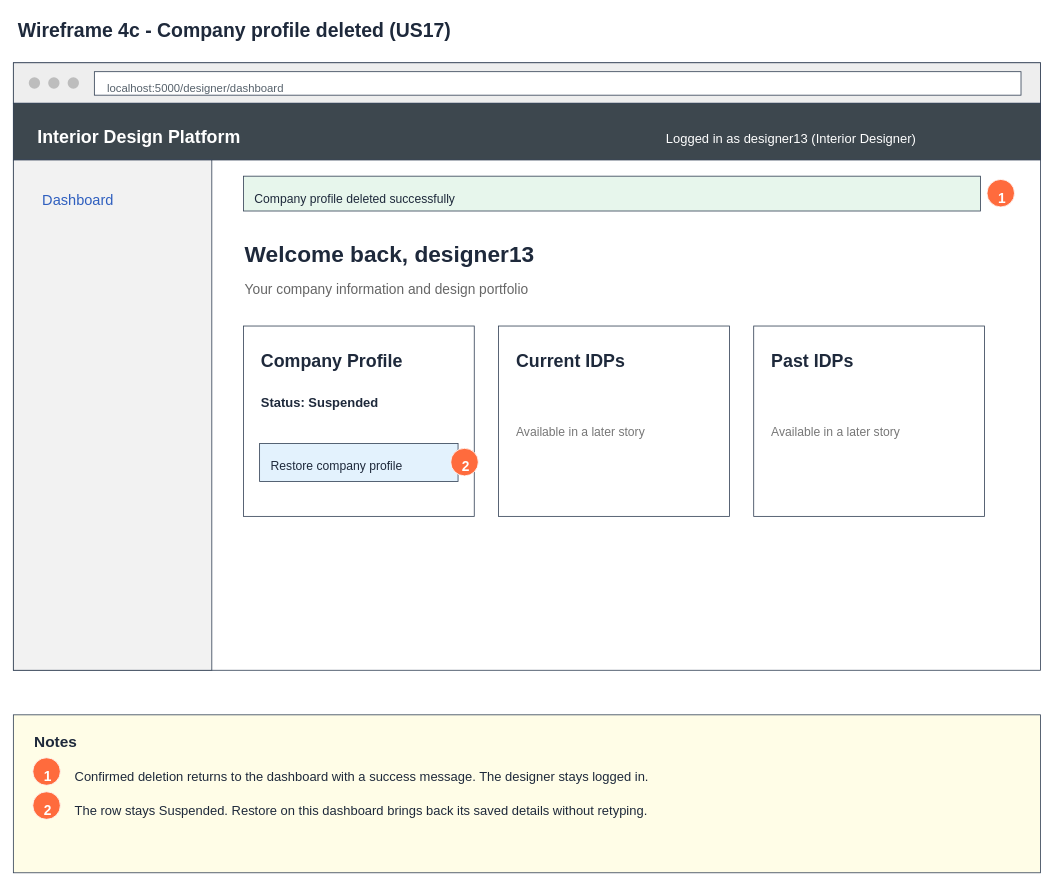
This is page "4c Wireframe - Company deleted" (4 of 11) of Sprint_2/US17 - Delete Company Profile/US17 Delete company profile.drawio from Hanzxc/CSIT314-ARCHSS, a draw.io file, before an edit. Source tidied: cells renumbered, new cells numbered last; positions are measured from the earlier drawing's top-left corner, leaving out a move shared by most shapes. Both pictures are drawn from the tidied source at 81%, with x=0, y=0 at pixel (13, 13).
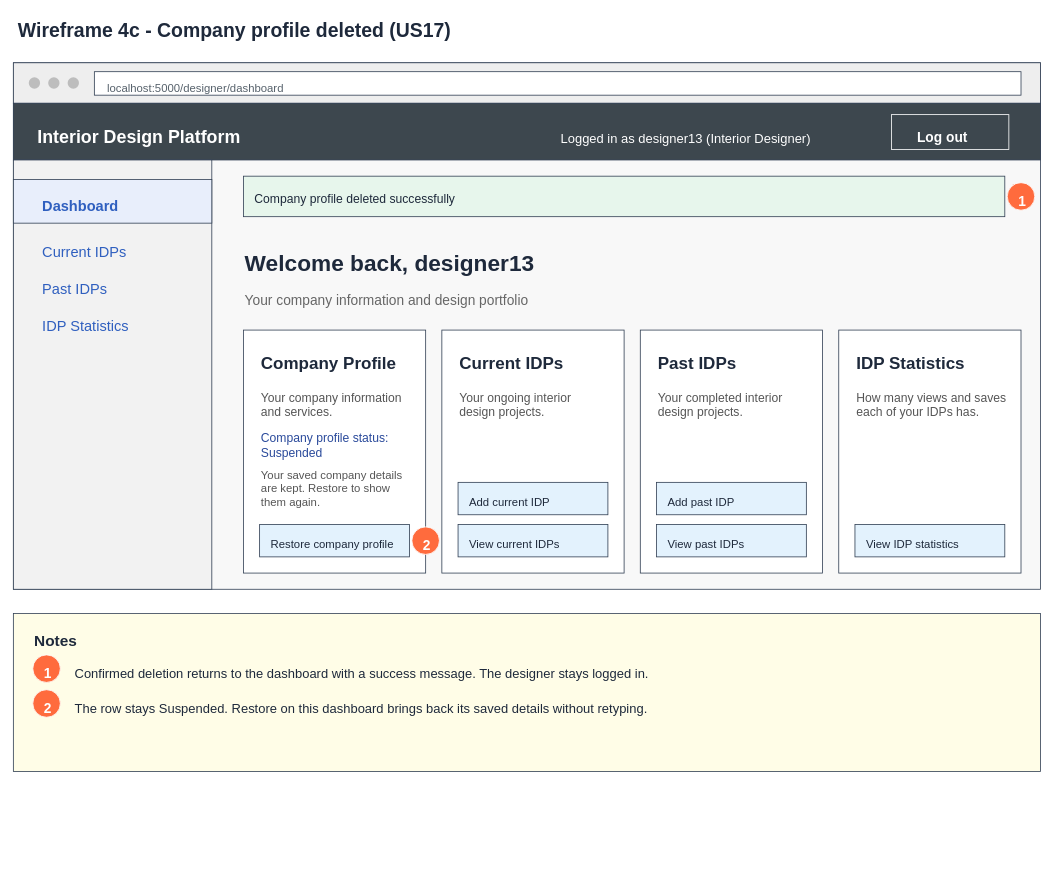
After the change.

Diff of the diagram source:
```diff
@@
-    <mxCell id="3" style="rounded=0;whiteSpace=wrap;fillColor=#ffffff;strokeColor=#334155;" parent="1" vertex="1">
-      <mxGeometry y="61" width="1268" height="750" as="geometry" />
+    <mxCell id="3" style="rounded=0;whiteSpace=wrap;fillColor=#f8f8f8;strokeColor=#334155;" parent="1" vertex="1">
+      <mxGeometry y="61" width="1268" height="650" as="geometry" />
     </mxCell>
@@
     <mxCell id="12" value="Logged in as designer13 (Interior Designer)" style="text;html=0;align=left;verticalAlign=top;fontSize=16;fontStyle=0;fontColor=#ffffff;" parent="1" vertex="1">
-      <mxGeometry x="804" y="138" width="440" height="23" as="geometry" />
+      <mxGeometry x="674" y="138" width="440" height="23" as="geometry" />
     </mxCell>
-    <mxCell id="13" style="rounded=0;whiteSpace=wrap;fillColor=#f2f2f2;strokeColor=#334155;" parent="1" vertex="1">
-      <mxGeometry y="181" width="245" height="630" as="geometry" />
+    <mxCell id="13" style="rounded=0;whiteSpace=wrap;fillColor=#3d474e;strokeColor=#ffffff;" parent="1" vertex="1">
+      <mxGeometry x="1084" y="125" width="145" height="43" as="geometry" />
     </mxCell>
-    <mxCell id="14" value="Dashboard" style="text;html=0;align=left;verticalAlign=top;fontSize=18;fontStyle=0;fontColor=#2f5fbf;" parent="1" vertex="1">
-      <mxGeometry x="34" y="213" width="200" height="25" as="geometry" />
+    <mxCell id="14" value="Log out" style="text;html=0;align=left;verticalAlign=top;fontSize=17;fontStyle=1;fontColor=#ffffff;" parent="1" vertex="1">
+      <mxGeometry x="1114" y="136" width="115" height="24" as="geometry" />
     </mxCell>
-    <mxCell id="15" style="rounded=0;whiteSpace=wrap;fillColor=#e7f6ec;strokeColor=#334155;" parent="1" vertex="1">
-      <mxGeometry x="284" y="201" width="910" height="43" as="geometry" />
+    <mxCell id="15" style="rounded=0;whiteSpace=wrap;fillColor=#f2f2f2;strokeColor=#334155;" parent="1" vertex="1">
+      <mxGeometry y="181" width="245" height="530" as="geometry" />
     </mxCell>
-    <mxCell id="16" value="Company profile deleted successfully" style="text;html=0;align=left;verticalAlign=top;fontSize=15;fontStyle=0;fontColor=#1e293b;" parent="1" vertex="1">
-      <mxGeometry x="296" y="213" width="886" height="22" as="geometry" />
+    <mxCell id="16" style="rounded=0;whiteSpace=wrap;fillColor=#e8eefb;strokeColor=#334155;" parent="1" vertex="1">
+      <mxGeometry y="205" width="245" height="54" as="geometry" />
     </mxCell>
-    <mxCell id="17" style="ellipse;fillColor=#ff6b3d;strokeColor=#ffffff;" parent="1" vertex="1">
-      <mxGeometry x="1202" y="205" width="34" height="34" as="geometry" />
+    <mxCell id="17" value="Dashboard" style="text;html=0;align=left;verticalAlign=top;fontSize=18;fontStyle=1;fontColor=#2f5fbf;" parent="1" vertex="1">
+      <mxGeometry x="34" y="221" width="200" height="25" as="geometry" />
     </mxCell>
-    <mxCell id="18" value="1" style="text;html=0;align=left;verticalAlign=top;fontSize=17;fontStyle=1;fontColor=#ffffff;" parent="1" vertex="1">
-      <mxGeometry x="1214" y="211" width="20" height="24" as="geometry" />
+    <mxCell id="18" value="Current IDPs" style="text;html=0;align=left;verticalAlign=top;fontSize=18;fontStyle=0;fontColor=#2f5fbf;" parent="1" vertex="1">
+      <mxGeometry x="34" y="277" width="200" height="25" as="geometry" />
     </mxCell>
-    <mxCell id="19" value="Welcome back, designer13" style="text;html=0;align=left;verticalAlign=top;fontSize=28;fontStyle=1;fontColor=#1e293b;" parent="1" vertex="1">
-      <mxGeometry x="284" y="273" width="900" height="35" as="geometry" />
+    <mxCell id="19" value="Past IDPs" style="text;html=0;align=left;verticalAlign=top;fontSize=18;fontStyle=0;fontColor=#2f5fbf;" parent="1" vertex="1">
+      <mxGeometry x="34" y="323" width="200" height="25" as="geometry" />
     </mxCell>
-    <mxCell id="20" value="Your company information and design portfolio" style="text;html=0;align=left;verticalAlign=top;fontSize=17;fontStyle=0;fontColor=#666666;" parent="1" vertex="1">
-      <mxGeometry x="284" y="324" width="900" height="24" as="geometry" />
+    <mxCell id="20" value="IDP Statistics" style="text;html=0;align=left;verticalAlign=top;fontSize=18;fontStyle=0;fontColor=#2f5fbf;" parent="1" vertex="1">
+      <mxGeometry x="34" y="369" width="200" height="25" as="geometry" />
     </mxCell>
-    <mxCell id="21" style="rounded=0;whiteSpace=wrap;fillColor=#ffffff;strokeColor=#334155;" parent="1" vertex="1">
-      <mxGeometry x="284" y="386" width="285" height="235" as="geometry" />
+    <mxCell id="21" style="rounded=0;whiteSpace=wrap;fillColor=#e7f6ec;strokeColor=#334155;" parent="1" vertex="1">
+      <mxGeometry x="284" y="201" width="940" height="50" as="geometry" />
     </mxCell>
-    <mxCell id="22" value="Company Profile" style="text;html=0;align=left;verticalAlign=top;fontSize=22;fontStyle=1;fontColor=#1e293b;" parent="1" vertex="1">
-      <mxGeometry x="304" y="409" width="245" height="29" as="geometry" />
+    <mxCell id="22" value="Company profile deleted successfully" style="text;html=0;align=left;verticalAlign=top;fontSize=15;fontStyle=0;fontColor=#1e293b;" parent="1" vertex="1">
+      <mxGeometry x="296" y="214" width="916" height="22" as="geometry" />
     </mxCell>
-    <mxCell id="23" value="Status: Suspended" style="text;html=0;align=left;verticalAlign=top;fontSize=16;fontStyle=1;fontColor=#1e293b;" parent="1" vertex="1">
-      <mxGeometry x="304" y="465" width="245" height="23" as="geometry" />
+    <mxCell id="23" value="Welcome back, designer13" style="text;html=0;align=left;verticalAlign=top;fontSize=28;fontStyle=1;fontColor=#1e293b;" parent="1" vertex="1">
+      <mxGeometry x="284" y="285" width="900" height="35" as="geometry" />
     </mxCell>
-    <mxCell id="24" style="rounded=0;whiteSpace=wrap;fillColor=#e3f2fd;strokeColor=#334155;" parent="1" vertex="1">
-      <mxGeometry x="304" y="531" width="245" height="47" as="geometry" />
+    <mxCell id="24" value="Your company information and design portfolio" style="text;html=0;align=left;verticalAlign=top;fontSize=17;fontStyle=0;fontColor=#666666;" parent="1" vertex="1">
+      <mxGeometry x="284" y="338" width="900" height="24" as="geometry" />
     </mxCell>
-    <mxCell id="25" value="Restore company profile" style="text;html=0;align=left;verticalAlign=top;fontSize=15;fontStyle=0;fontColor=#1e293b;" parent="1" vertex="1">
-      <mxGeometry x="316" y="543" width="221" height="22" as="geometry" />
+    <mxCell id="25" style="rounded=0;whiteSpace=wrap;fillColor=#ffffff;strokeColor=#334155;" parent="1" vertex="1">
+      <mxGeometry x="284" y="391" width="225" height="300" as="geometry" />
     </mxCell>
-    <mxCell id="26" style="ellipse;fillColor=#ff6b3d;strokeColor=#ffffff;" parent="1" vertex="1">
-      <mxGeometry x="540" y="537" width="34" height="34" as="geometry" />
+    <mxCell id="26" value="Company Profile" style="text;html=0;align=left;verticalAlign=top;fontSize=21;fontStyle=1;fontColor=#1e293b;" parent="1" vertex="1">
+      <mxGeometry x="304" y="412" width="195" height="29" as="geometry" />
     </mxCell>
-    <mxCell id="27" value="2" style="text;html=0;align=left;verticalAlign=top;fontSize=17;fontStyle=1;fontColor=#ffffff;" parent="1" vertex="1">
-      <mxGeometry x="552" y="543" width="20" height="24" as="geometry" />
+    <mxCell id="27" value="Your company information&#10;and services." style="text;html=0;align=left;verticalAlign=top;fontSize=15;fontStyle=0;fontColor=#555555;" parent="1" vertex="1">
+      <mxGeometry x="304" y="459" width="195" height="44" as="geometry" />
     </mxCell>
-    <mxCell id="28" style="rounded=0;whiteSpace=wrap;fillColor=#ffffff;strokeColor=#334155;" parent="1" vertex="1">
-      <mxGeometry x="599" y="386" width="285" height="235" as="geometry" />
+    <mxCell id="28" value="Company profile status:&#10;Suspended" style="text;html=0;align=left;verticalAlign=top;fontSize=15;fontStyle=0;fontColor=#2a4a9b;" parent="1" vertex="1">
+      <mxGeometry x="304" y="509" width="195" height="40" as="geometry" />
     </mxCell>
-    <mxCell id="29" value="Current IDPs" style="text;html=0;align=left;verticalAlign=top;fontSize=22;fontStyle=1;fontColor=#1e293b;" parent="1" vertex="1">
-      <mxGeometry x="619" y="409" width="245" height="29" as="geometry" />
+    <mxCell id="29" value="Your saved company details&#10;are kept. Restore to show&#10;them again." style="text;html=0;align=left;verticalAlign=top;fontSize=14;fontStyle=0;fontColor=#555555;" parent="1" vertex="1">
+      <mxGeometry x="304" y="555" width="195" height="54" as="geometry" />
     </mxCell>
-    <mxCell id="30" value="Available in a later story" style="text;html=0;align=left;verticalAlign=top;fontSize=15;fontStyle=0;fontColor=#777777;" parent="1" vertex="1">
-      <mxGeometry x="619" y="501" width="245" height="22" as="geometry" />
+    <mxCell id="30" style="rounded=0;whiteSpace=wrap;fillColor=#e3f2fd;strokeColor=#334155;" parent="1" vertex="1">
+      <mxGeometry x="304" y="631" width="185" height="40" as="geometry" />
     </mxCell>
-    <mxCell id="31" style="rounded=0;whiteSpace=wrap;fillColor=#ffffff;strokeColor=#334155;" parent="1" vertex="1">
-      <mxGeometry x="914" y="386" width="285" height="235" as="geometry" />
+    <mxCell id="31" value="Restore company profile" style="text;html=0;align=left;verticalAlign=top;fontSize=14;fontStyle=0;fontColor=#1e293b;" parent="1" vertex="1">
+      <mxGeometry x="316" y="641" width="165" height="22" as="geometry" />
     </mxCell>
-    <mxCell id="32" value="Past IDPs" style="text;html=0;align=left;verticalAlign=top;fontSize=22;fontStyle=1;fontColor=#1e293b;" parent="1" vertex="1">
-      <mxGeometry x="934" y="409" width="245" height="29" as="geometry" />
+    <mxCell id="32" style="rounded=0;whiteSpace=wrap;fillColor=#ffffff;strokeColor=#334155;" parent="1" vertex="1">
+      <mxGeometry x="529" y="391" width="225" height="300" as="geometry" />
     </mxCell>
-    <mxCell id="33" value="Available in a later story" style="text;html=0;align=left;verticalAlign=top;fontSize=15;fontStyle=0;fontColor=#777777;" parent="1" vertex="1">
-      <mxGeometry x="934" y="501" width="245" height="22" as="geometry" />
+    <mxCell id="33" value="Current IDPs" style="text;html=0;align=left;verticalAlign=top;fontSize=21;fontStyle=1;fontColor=#1e293b;" parent="1" vertex="1">
+      <mxGeometry x="549" y="412" width="195" height="29" as="geometry" />
     </mxCell>
-    <mxCell id="34" style="rounded=0;whiteSpace=wrap;fillColor=#fffde7;strokeColor=#334155;" parent="1" vertex="1">
-      <mxGeometry y="866" width="1268" height="195" as="geometry" />
+    <mxCell id="34" value="Your ongoing interior&#10;design projects." style="text;html=0;align=left;verticalAlign=top;fontSize=15;fontStyle=0;fontColor=#555555;" parent="1" vertex="1">
+      <mxGeometry x="549" y="459" width="195" height="44" as="geometry" />
     </mxCell>
-    <mxCell id="35" value="Notes" style="text;html=0;align=left;verticalAlign=top;fontSize=19;fontStyle=1;fontColor=#1e293b;" parent="1" vertex="1">
-      <mxGeometry x="24" y="881" width="900" height="26" as="geometry" />
+    <mxCell id="35" style="rounded=0;whiteSpace=wrap;fillColor=#e3f2fd;strokeColor=#334155;" parent="1" vertex="1">
+      <mxGeometry x="549" y="579" width="185" height="40" as="geometry" />
     </mxCell>
-    <mxCell id="36" style="ellipse;fillColor=#ff6b3d;strokeColor=#ffffff;" parent="1" vertex="1">
-      <mxGeometry x="24" y="919" width="34" height="34" as="geometry" />
+    <mxCell id="36" value="Add current IDP" style="text;html=0;align=left;verticalAlign=top;fontSize=14;fontStyle=0;fontColor=#1e293b;" parent="1" vertex="1">
+      <mxGeometry x="561" y="589" width="165" height="22" as="geometry" />
     </mxCell>
-    <mxCell id="37" value="1" style="text;html=0;align=left;verticalAlign=top;fontSize=17;fontStyle=1;fontColor=#ffffff;" parent="1" vertex="1">
-      <mxGeometry x="36" y="925" width="20" height="24" as="geometry" />
+    <mxCell id="37" style="rounded=0;whiteSpace=wrap;fillColor=#e3f2fd;strokeColor=#334155;" parent="1" vertex="1">
+      <mxGeometry x="549" y="631" width="185" height="40" as="geometry" />
     </mxCell>
-    <mxCell id="38" value="Confirmed deletion returns to the dashboard with a success message. The designer stays logged in." style="text;html=0;align=left;verticalAlign=top;fontSize=16;fontStyle=0;fontColor=#1e293b;" parent="1" vertex="1">
-      <mxGeometry x="74" y="926" width="1160" height="23" as="geometry" />
+    <mxCell id="38" value="View current IDPs" style="text;html=0;align=left;verticalAlign=top;fontSize=14;fontStyle=0;fontColor=#1e293b;" parent="1" vertex="1">
+      <mxGeometry x="561" y="641" width="165" height="22" as="geometry" />
     </mxCell>
-    <mxCell id="39" style="ellipse;fillColor=#ff6b3d;strokeColor=#ffffff;" parent="1" vertex="1">
-      <mxGeometry x="24" y="961" width="34" height="34" as="geometry" />
+    <mxCell id="39" style="rounded=0;whiteSpace=wrap;fillColor=#ffffff;strokeColor=#334155;" parent="1" vertex="1">
+      <mxGeometry x="774" y="391" width="225" height="300" as="geometry" />
     </mxCell>
-    <mxCell id="40" value="2" style="text;html=0;align=left;verticalAlign=top;fontSize=17;fontStyle=1;fontColor=#ffffff;" parent="1" vertex="1">
-      <mxGeometry x="36" y="967" width="20" height="24" as="geometry" />
+    <mxCell id="40" value="Past IDPs" style="text;html=0;align=left;verticalAlign=top;fontSize=21;fontStyle=1;fontColor=#1e293b;" parent="1" vertex="1">
+      <mxGeometry x="794" y="412" width="195" height="29" as="geometry" />
     </mxCell>
-    <mxCell id="41" value="The row stays Suspended. Restore on this dashboard brings back its saved details without retyping." style="text;html=0;align=left;verticalAlign=top;fontSize=16;fontStyle=0;fontColor=#1e293b;" parent="1" vertex="1">
-      <mxGeometry x="74" y="968" width="1160" height="23" as="geometry" />
+    <mxCell id="41" value="Your completed interior&#10;design projects." style="text;html=0;align=left;verticalAlign=top;fontSize=15;fontStyle=0;fontColor=#555555;" parent="1" vertex="1">
+      <mxGeometry x="794" y="459" width="195" height="44" as="geometry" />
     </mxCell>
+    <mxCell id="42" style="rounded=0;whiteSpace=wrap;fillColor=#e3f2fd;strokeColor=#334155;" parent="1" vertex="1">
+      <mxGeometry x="794" y="579" width="185" height="40" as="geometry" />
+    </mxCell>
+    <mxCell id="43" value="Add past IDP" style="text;html=0;align=left;verticalAlign=top;fontSize=14;fontStyle=0;fontColor=#1e293b;" parent="1" vertex="1">
+      <mxGeometry x="806" y="589" width="165" height="22" as="geometry" />
+    </mxCell>
+    <mxCell id="44" style="rounded=0;whiteSpace=wrap;fillColor=#e3f2fd;strokeColor=#334155;" parent="1" vertex="1">
+      <mxGeometry x="794" y="631" width="185" height="40" as="geometry" />
+    </mxCell>
+    <mxCell id="45" value="View past IDPs" style="text;html=0;align=left;verticalAlign=top;fontSize=14;fontStyle=0;fontColor=#1e293b;" parent="1" vertex="1">
+      <mxGeometry x="806" y="641" width="165" height="22" as="geometry" />
+    </mxCell>
+    <mxCell id="46" style="rounded=0;whiteSpace=wrap;fillColor=#ffffff;strokeColor=#334155;" parent="1" vertex="1">
+      <mxGeometry x="1019" y="391" width="225" height="300" as="geometry" />
+    </mxCell>
+    <mxCell id="47" value="IDP Statistics" style="text;html=0;align=left;verticalAlign=top;fontSize=21;fontStyle=1;fontColor=#1e293b;" parent="1" vertex="1">
+      <mxGeometry x="1039" y="412" width="195" height="29" as="geometry" />
+    </mxCell>
+    <mxCell id="48" value="How many views and saves&#10;each of your IDPs has." style="text;html=0;align=left;verticalAlign=top;fontSize=15;fontStyle=0;fontColor=#555555;" parent="1" vertex="1">
+      <mxGeometry x="1039" y="459" width="195" height="44" as="geometry" />
+    </mxCell>
+    <mxCell id="49" style="rounded=0;whiteSpace=wrap;fillColor=#e3f2fd;strokeColor=#334155;" parent="1" vertex="1">
+      <mxGeometry x="1039" y="631" width="185" height="40" as="geometry" />
+    </mxCell>
+    <mxCell id="50" value="View IDP statistics" style="text;html=0;align=left;verticalAlign=top;fontSize=14;fontStyle=0;fontColor=#1e293b;" parent="1" vertex="1">
+      <mxGeometry x="1051" y="641" width="165" height="22" as="geometry" />
+    </mxCell>
+    <mxCell id="51" style="ellipse;fillColor=#ff6b3d;strokeColor=#ffffff;" parent="1" vertex="1">
+      <mxGeometry x="1227" y="209" width="34" height="34" as="geometry" />
+    </mxCell>
+    <mxCell id="52" value="1" style="text;html=0;align=left;verticalAlign=top;fontSize=17;fontStyle=1;fontColor=#ffffff;" parent="1" vertex="1">
+      <mxGeometry x="1239" y="215" width="20" height="24" as="geometry" />
+    </mxCell>
+    <mxCell id="53" style="ellipse;fillColor=#ff6b3d;strokeColor=#ffffff;" parent="1" vertex="1">
+      <mxGeometry x="492" y="634" width="34" height="34" as="geometry" />
+    </mxCell>
+    <mxCell id="54" value="2" style="text;html=0;align=left;verticalAlign=top;fontSize=17;fontStyle=1;fontColor=#ffffff;" parent="1" vertex="1">
+      <mxGeometry x="504" y="640" width="20" height="24" as="geometry" />
+    </mxCell>
+    <mxCell id="55" style="rounded=0;whiteSpace=wrap;fillColor=#fffde7;strokeColor=#334155;" parent="1" vertex="1">
+      <mxGeometry y="741" width="1268" height="195" as="geometry" />
+    </mxCell>
+    <mxCell id="56" value="Notes" style="text;html=0;align=left;verticalAlign=top;fontSize=19;fontStyle=1;fontColor=#1e293b;" parent="1" vertex="1">
+      <mxGeometry x="24" y="756" width="900" height="26" as="geometry" />
+    </mxCell>
+    <mxCell id="57" style="ellipse;fillColor=#ff6b3d;strokeColor=#ffffff;" parent="1" vertex="1">
+      <mxGeometry x="24" y="792" width="34" height="34" as="geometry" />
+    </mxCell>
+    <mxCell id="58" value="1" style="text;html=0;align=left;verticalAlign=top;fontSize=17;fontStyle=1;fontColor=#ffffff;" parent="1" vertex="1">
+      <mxGeometry x="36" y="798" width="20" height="24" as="geometry" />
+    </mxCell>
+    <mxCell id="59" value="Confirmed deletion returns to the dashboard with a success message. The designer stays logged in." style="text;html=0;align=left;verticalAlign=top;fontSize=16;fontStyle=0;fontColor=#1e293b;" parent="1" vertex="1">
+      <mxGeometry x="74" y="799" width="1180" height="23" as="geometry" />
+    </mxCell>
+    <mxCell id="60" style="ellipse;fillColor=#ff6b3d;strokeColor=#ffffff;" parent="1" vertex="1">
+      <mxGeometry x="24" y="835" width="34" height="34" as="geometry" />
+    </mxCell>
+    <mxCell id="61" value="2" style="text;html=0;align=left;verticalAlign=top;fontSize=17;fontStyle=1;fontColor=#ffffff;" parent="1" vertex="1">
+      <mxGeometry x="36" y="841" width="20" height="24" as="geometry" />
+    </mxCell>
+    <mxCell id="62" value="The row stays Suspended. Restore on this dashboard brings back its saved details without retyping." style="text;html=0;align=left;verticalAlign=top;fontSize=16;fontStyle=0;fontColor=#1e293b;" parent="1" vertex="1">
+      <mxGeometry x="74" y="842" width="1180" height="23" as="geometry" />
+    </mxCell>
```
